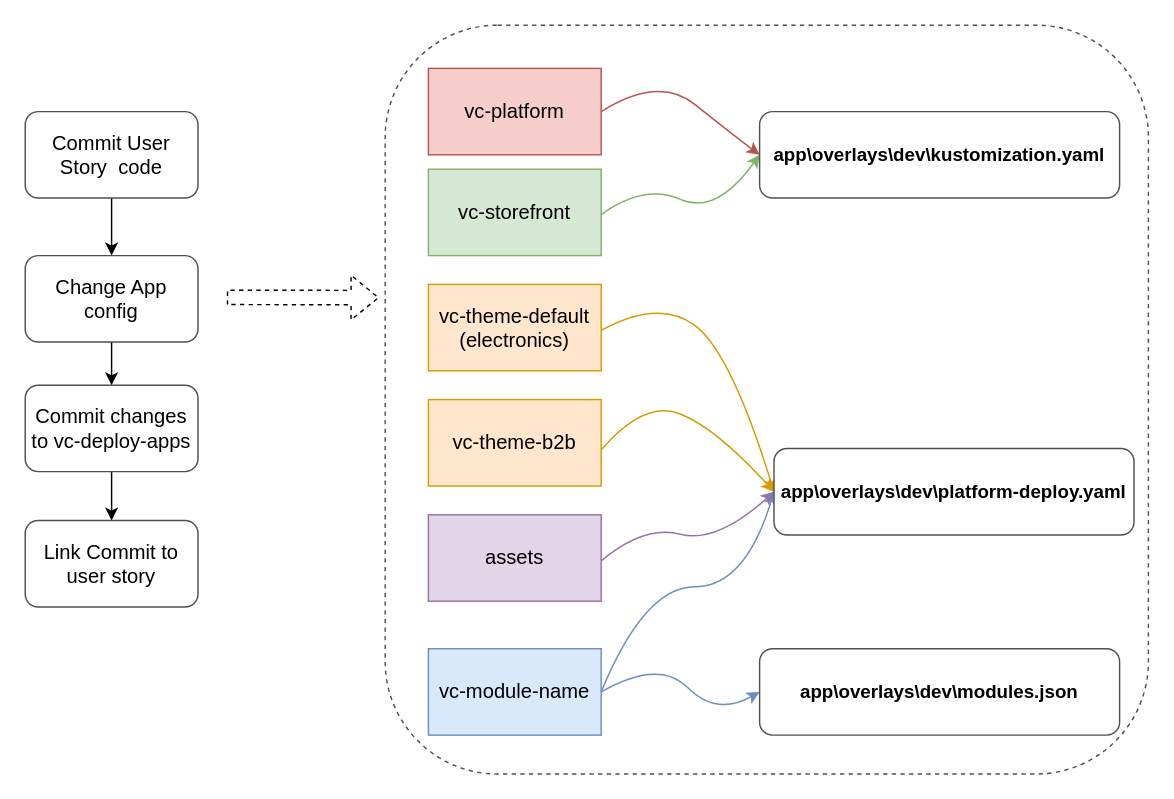
This is page "Dev flow (User Story)" (4 of 5) of docs/media/ArgoCD flows.drawio from VirtoCommerce/vc-deploy-apps, a draw.io file, before an edit. Source tidied: cells renumbered, new cells numbered last; positions are measured from the earlier drawing's top-left corner, leaving out a move shared by most shapes. Both pictures are drawn from the tidied source at 144%, with x=0, y=0 at pixel (24, 24).
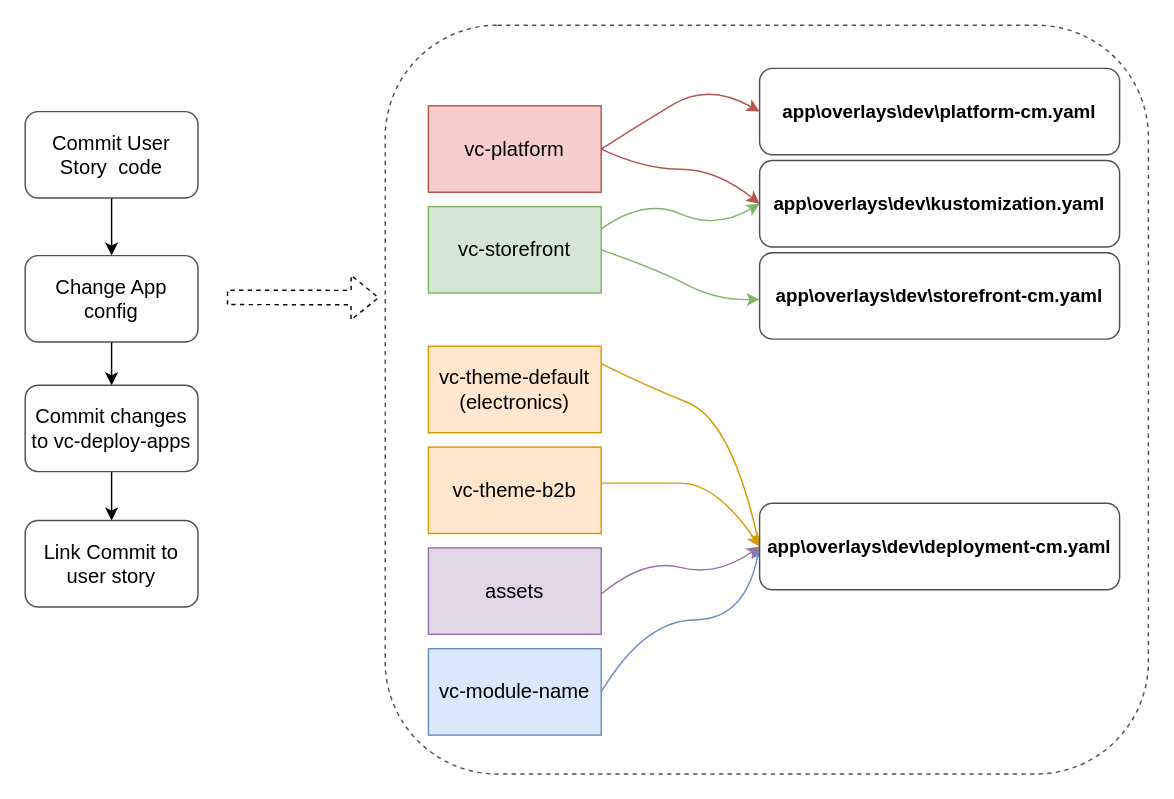
After the change.

The change refers to these unchanged cells:
```xml
<mxCell id="9" value="vc-module-name" style="rounded=0;whiteSpace=wrap;html=1;fillColor=#dae8fc;strokeColor=#6c8ebf;fontSize=14;" parent="1" vertex="1">
  <mxGeometry x="280" y="433" width="120" height="60" as="geometry" />
</mxCell>
```

What changed in the source:
```diff
@@
     <mxCell id="7" value="vc-platform" style="rounded=0;whiteSpace=wrap;html=1;fillColor=#f8cecc;strokeColor=#b85450;fontSize=14;" parent="1" vertex="1">
-      <mxGeometry x="280" y="30" width="120" height="60" as="geometry" />
+      <mxGeometry x="280" y="56" width="120" height="60" as="geometry" />
     </mxCell>
     <mxCell id="8" value="vc-storefront" style="rounded=0;whiteSpace=wrap;html=1;fillColor=#d5e8d4;strokeColor=#82b366;fontSize=14;" parent="1" vertex="1">
-      <mxGeometry x="280" y="100" width="120" height="60" as="geometry" />
+      <mxGeometry x="280" y="126" width="120" height="60" as="geometry" />
     </mxCell>
@@
     <mxCell id="10" value="vc-theme-default&lt;br&gt;(electronics)" style="rounded=0;whiteSpace=wrap;html=1;fillColor=#ffe6cc;strokeColor=#d79b00;fontSize=14;" parent="1" vertex="1">
-      <mxGeometry x="280" y="180" width="120" height="60" as="geometry" />
+      <mxGeometry x="280" y="223" width="120" height="60" as="geometry" />
     </mxCell>
     <mxCell id="11" style="curved=1;endArrow=classic;html=1;fontSize=14;entryX=0;entryY=0.5;entryDx=0;entryDy=0;exitX=1;exitY=0.5;exitDx=0;exitDy=0;fillColor=#f8cecc;strokeColor=#b85450;" parent="1" edge="1" source="7" target="20">
       <mxGeometry relative="1" as="geometry">
         <Array as="points">
-          <mxPoint x="440" y="35" />
-          <mxPoint x="490" y="75" />
+          <mxPoint x="430" y="100" />
+          <mxPoint x="480" y="100" />
         </Array>
       </mxGeometry>
     </mxCell>
     <mxCell id="12" style="curved=1;endArrow=classic;html=1;fontSize=14;entryX=0;entryY=0.5;entryDx=0;entryDy=0;exitX=1;exitY=0.5;exitDx=0;exitDy=0;fillColor=#d5e8d4;strokeColor=#82b366;" parent="1" edge="1" target="20">
       <mxGeometry relative="1" as="geometry">
-        <mxPoint x="400" y="131.5" as="sourcePoint" />
+        <mxPoint x="400" y="141.5" as="sourcePoint" />
         <Array as="points">
-          <mxPoint x="430" y="110" />
-          <mxPoint x="480" y="132" />
+          <mxPoint x="430" y="120" />
+          <mxPoint x="480" y="142" />
         </Array>
       </mxGeometry>
     </mxCell>
     <mxCell id="13" style="curved=1;endArrow=classic;html=1;fontSize=14;entryX=0;entryY=0.5;entryDx=0;entryDy=0;exitX=1;exitY=0.5;exitDx=0;exitDy=0;fillColor=#ffe6cc;strokeColor=#d79b00;" parent="1" edge="1" target="21">
       <mxGeometry relative="1" as="geometry">
-        <mxPoint x="400" y="212" as="sourcePoint" />
+        <mxPoint x="400" y="235" as="sourcePoint" />
         <Array as="points">
-          <mxPoint x="440" y="190" />
-          <mxPoint x="490" y="227" />
+          <mxPoint x="430" y="250" />
+          <mxPoint x="490" y="274" />
         </Array>
       </mxGeometry>
     </mxCell>
     <mxCell id="14" value="vc-theme-b2b" style="rounded=0;whiteSpace=wrap;html=1;fillColor=#ffe6cc;strokeColor=#d79b00;fontSize=14;" parent="1" vertex="1">
-      <mxGeometry x="280" y="260" width="120" height="60" as="geometry" />
+      <mxGeometry x="280" y="293" width="120" height="60" as="geometry" />
     </mxCell>
     <mxCell id="15" style="curved=1;endArrow=classic;html=1;fontSize=14;entryX=0;entryY=0.5;entryDx=0;entryDy=0;exitX=1;exitY=0.5;exitDx=0;exitDy=0;fillColor=#ffe6cc;strokeColor=#d79b00;" parent="1" edge="1" target="21">
       <mxGeometry relative="1" as="geometry">
-        <mxPoint x="400" y="295" as="sourcePoint" />
+        <mxPoint x="400" y="318" as="sourcePoint" />
         <Array as="points">
-          <mxPoint x="430" y="260" />
-          <mxPoint x="480" y="280" />
+          <mxPoint x="430" y="318" />
+          <mxPoint x="480" y="318" />
         </Array>
       </mxGeometry>
     </mxCell>
     <mxCell id="16" style="curved=1;endArrow=classic;html=1;fontSize=14;entryX=0;entryY=0.5;entryDx=0;entryDy=0;exitX=1;exitY=0.5;exitDx=0;exitDy=0;fillColor=#dae8fc;strokeColor=#6c8ebf;" parent="1" edge="1" source="9" target="21">
       <mxGeometry relative="1" as="geometry">
         <Array as="points">
-          <mxPoint x="430" y="390" />
-          <mxPoint x="500" y="390" />
+          <mxPoint x="430" y="413" />
+          <mxPoint x="500" y="413" />
         </Array>
       </mxGeometry>
     </mxCell>
-    <mxCell id="17" style="curved=1;endArrow=classic;html=1;fontSize=14;entryX=0;entryY=0.5;entryDx=0;entryDy=0;exitX=1;exitY=0.5;exitDx=0;exitDy=0;fillColor=#dae8fc;strokeColor=#6c8ebf;" parent="1" edge="1" source="9" target="22">
-      <mxGeometry relative="1" as="geometry">
-        <Array as="points">
-          <mxPoint x="440" y="440" />
-          <mxPoint x="480" y="480" />
-        </Array>
-      </mxGeometry>
-    </mxCell>
     <mxCell id="18" value="assets" style="rounded=0;whiteSpace=wrap;html=1;fillColor=#e1d5e7;strokeColor=#9673a6;fontSize=14;" parent="1" vertex="1">
-      <mxGeometry x="280" y="340" width="120" height="60" as="geometry" />
+      <mxGeometry x="280" y="363" width="120" height="60" as="geometry" />
     </mxCell>
     <mxCell id="19" style="curved=1;endArrow=classic;html=1;fontSize=14;entryX=0;entryY=0.5;entryDx=0;entryDy=0;fillColor=#e1d5e7;strokeColor=#9673a6;" parent="1" edge="1" target="21">
       <mxGeometry relative="1" as="geometry">
-        <mxPoint x="400" y="372" as="sourcePoint" />
+        <mxPoint x="400" y="395" as="sourcePoint" />
         <Array as="points">
-          <mxPoint x="430" y="347" />
-          <mxPoint x="480" y="360" />
+          <mxPoint x="430" y="370" />
+          <mxPoint x="480" y="383" />
         </Array>
       </mxGeometry>
     </mxCell>
     <mxCell id="20" value="&lt;h1 style=&quot;text-align: left; font-size: 13px;&quot;&gt;app\overlays\dev\kustomization.yaml&lt;/h1&gt;" style="rounded=1;whiteSpace=wrap;html=1;strokeColor=#505050;fillColor=#FFFFFF;fontSize=13;" parent="1" vertex="1">
-      <mxGeometry x="510" y="60" width="250" height="60" as="geometry" />
+      <mxGeometry x="510" y="94" width="250" height="60" as="geometry" />
     </mxCell>
-    <mxCell id="21" value="&lt;h1 style=&quot;text-align: left ; font-size: 13px&quot;&gt;app\overlays\dev\platform-deploy.yaml&lt;/h1&gt;" style="rounded=1;whiteSpace=wrap;html=1;strokeColor=#505050;fillColor=#FFFFFF;fontSize=13;" parent="1" vertex="1">
-      <mxGeometry x="520" y="294" width="250" height="60" as="geometry" />
+    <mxCell id="21" value="&lt;h1 style=&quot;text-align: left ; font-size: 13px&quot;&gt;app\overlays\dev\deployment-cm.yaml&lt;/h1&gt;" style="rounded=1;whiteSpace=wrap;html=1;strokeColor=#505050;fillColor=#FFFFFF;fontSize=13;" parent="1" vertex="1">
+      <mxGeometry x="510" y="332" width="250" height="60" as="geometry" />
     </mxCell>
-    <mxCell id="22" value="&lt;h1 style=&quot;text-align: left ; font-size: 13px&quot;&gt;app\overlays\dev\modules.json&lt;/h1&gt;" style="rounded=1;whiteSpace=wrap;html=1;strokeColor=#505050;fillColor=#FFFFFF;fontSize=13;" parent="1" vertex="1">
-      <mxGeometry x="510" y="433" width="250" height="60" as="geometry" />
-    </mxCell>
@@
+    <mxCell id="27" value="&lt;h1 style=&quot;text-align: left ; font-size: 13px&quot;&gt;app\overlays\dev\storefront-cm.yaml&lt;/h1&gt;" style="rounded=1;whiteSpace=wrap;html=1;strokeColor=#505050;fillColor=#FFFFFF;fontSize=13;" parent="1" vertex="1">
+      <mxGeometry x="510" y="158" width="250" height="60" as="geometry" />
+    </mxCell>
+    <mxCell id="28" value="&lt;h1 style=&quot;text-align: left ; font-size: 13px&quot;&gt;app\overlays\dev\platform-cm.yaml&lt;/h1&gt;" style="rounded=1;whiteSpace=wrap;html=1;strokeColor=#505050;fillColor=#FFFFFF;fontSize=13;" parent="1" vertex="1">
+      <mxGeometry x="510" y="30" width="250" height="60" as="geometry" />
+    </mxCell>
+    <mxCell id="29" style="curved=1;endArrow=classic;html=1;fontSize=14;exitX=1;exitY=0.5;exitDx=0;exitDy=0;fillColor=#d5e8d4;strokeColor=#82b366;" parent="1" edge="1" source="8" target="27">
+      <mxGeometry relative="1" as="geometry">
+        <Array as="points">
+          <mxPoint x="440" y="170" />
+          <mxPoint x="480" y="191" />
+        </Array>
+      </mxGeometry>
+    </mxCell>
+    <mxCell id="30" style="curved=1;endArrow=classic;html=1;fontSize=14;entryX=0;entryY=0.5;entryDx=0;entryDy=0;exitX=1;exitY=0.5;exitDx=0;exitDy=0;fillColor=#f8cecc;strokeColor=#b85450;" parent="1" edge="1" source="7" target="28">
+      <mxGeometry relative="1" as="geometry">
+        <Array as="points">
+          <mxPoint x="425" y="70" />
+          <mxPoint x="475" y="40" />
+        </Array>
+      </mxGeometry>
+    </mxCell>
```
